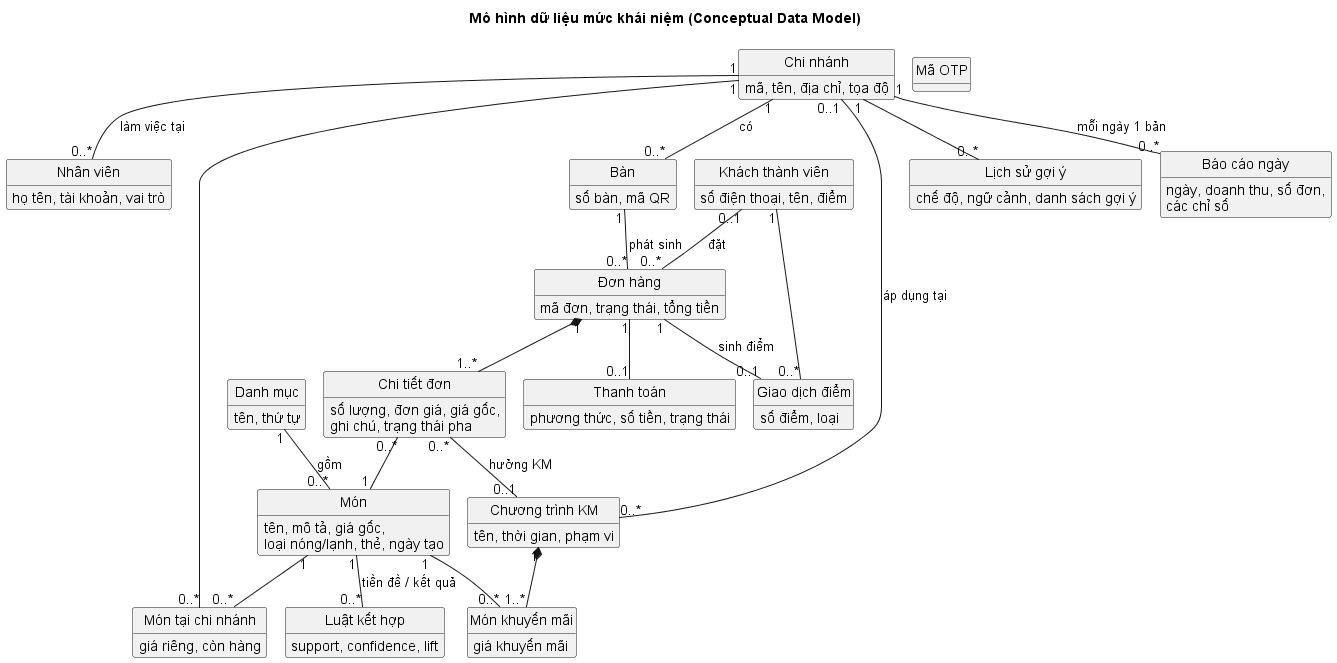
Before: 1.Bao_cao/Thiet_ke_he_thong/diagrams/png/III_data_model.png, a diagram exported from PlantUML (thanhbinh0493/smartcafe).
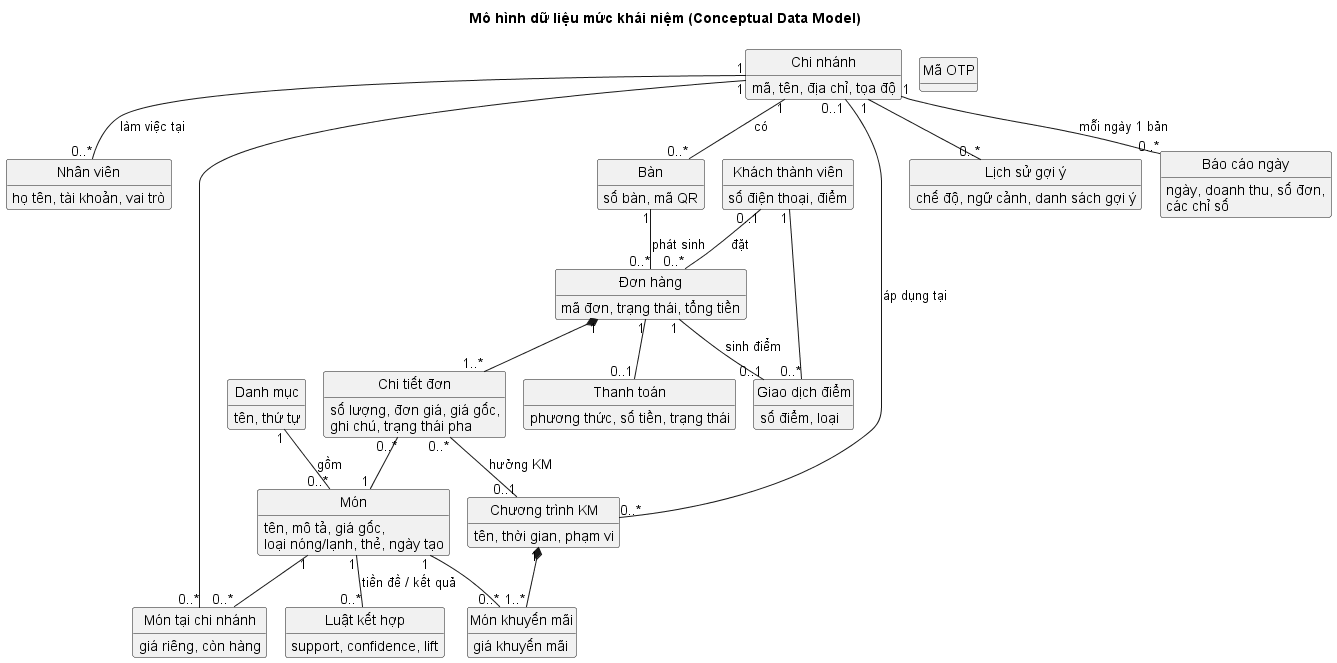
The same file after the commit.

Change to the diagram source:
```diff
@@ -32,7 +32,7 @@
   số bàn, mã QR
 }
 class "Khách thành viên" as Customer {
-  số điện thoại, tên, điểm
+  số điện thoại, điểm
 }
 class "Mã OTP" as Otp {
   SĐT, mã (băm), hạn, số lần thử
```
